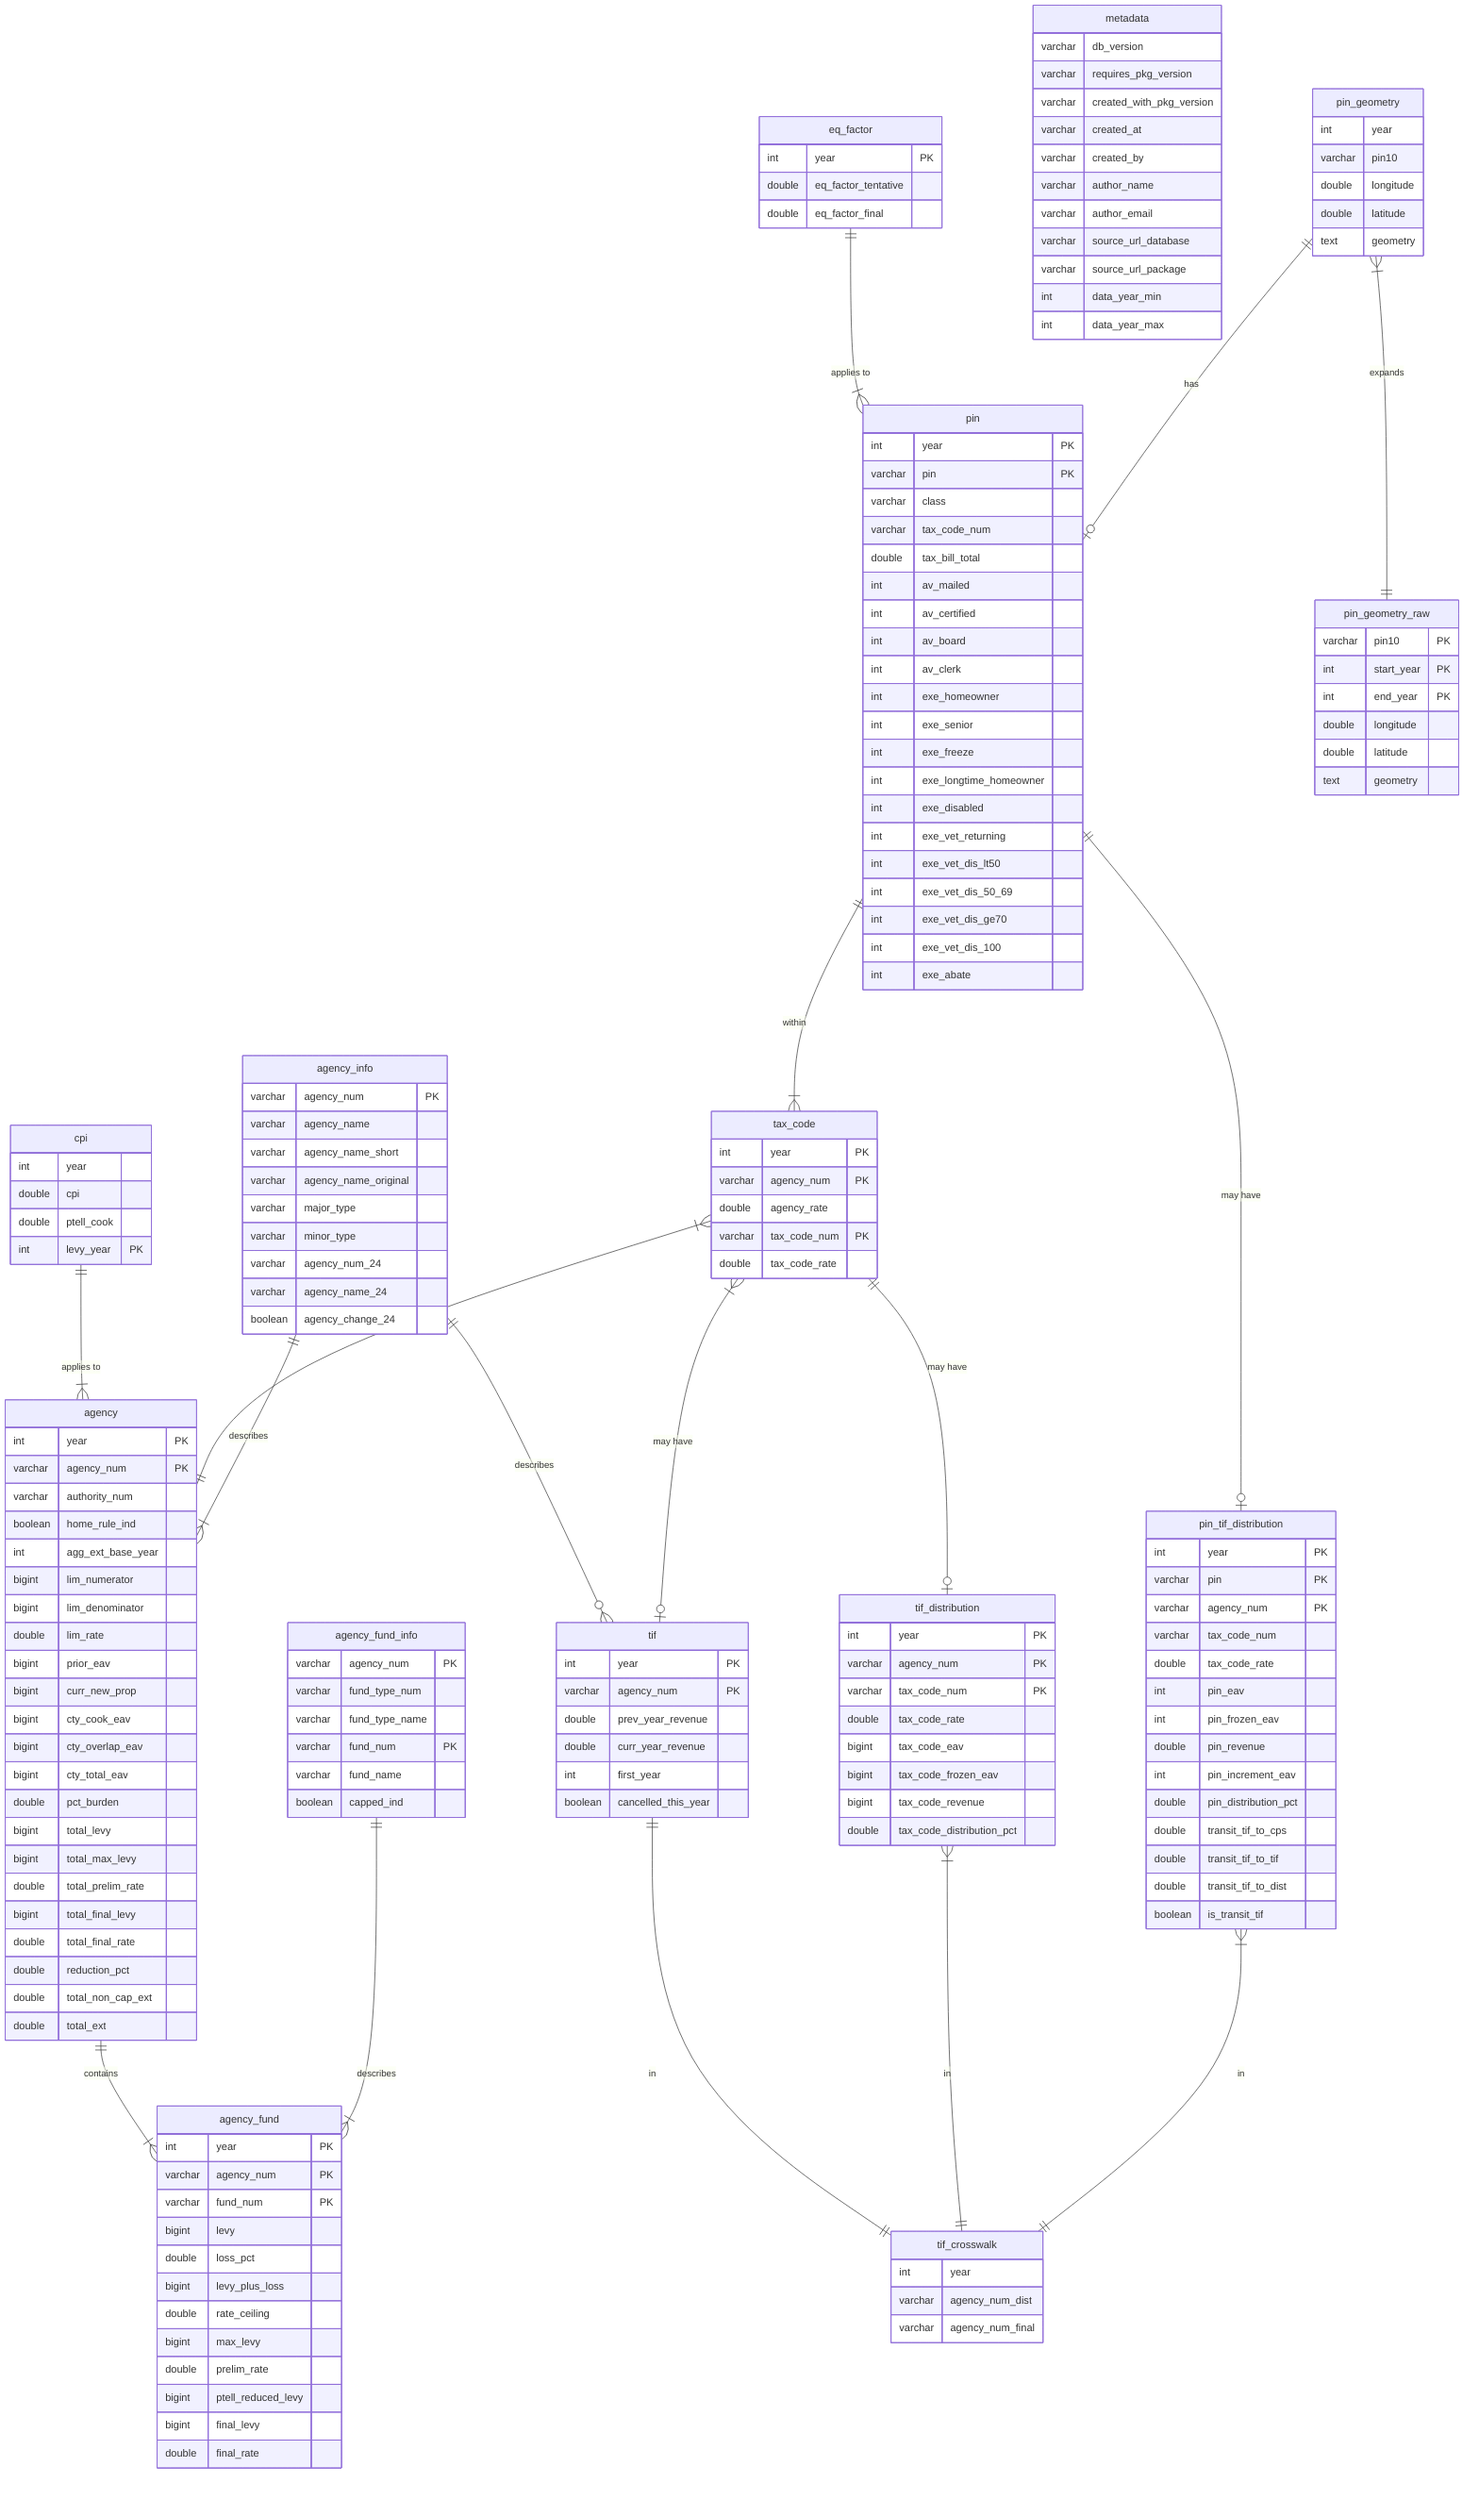
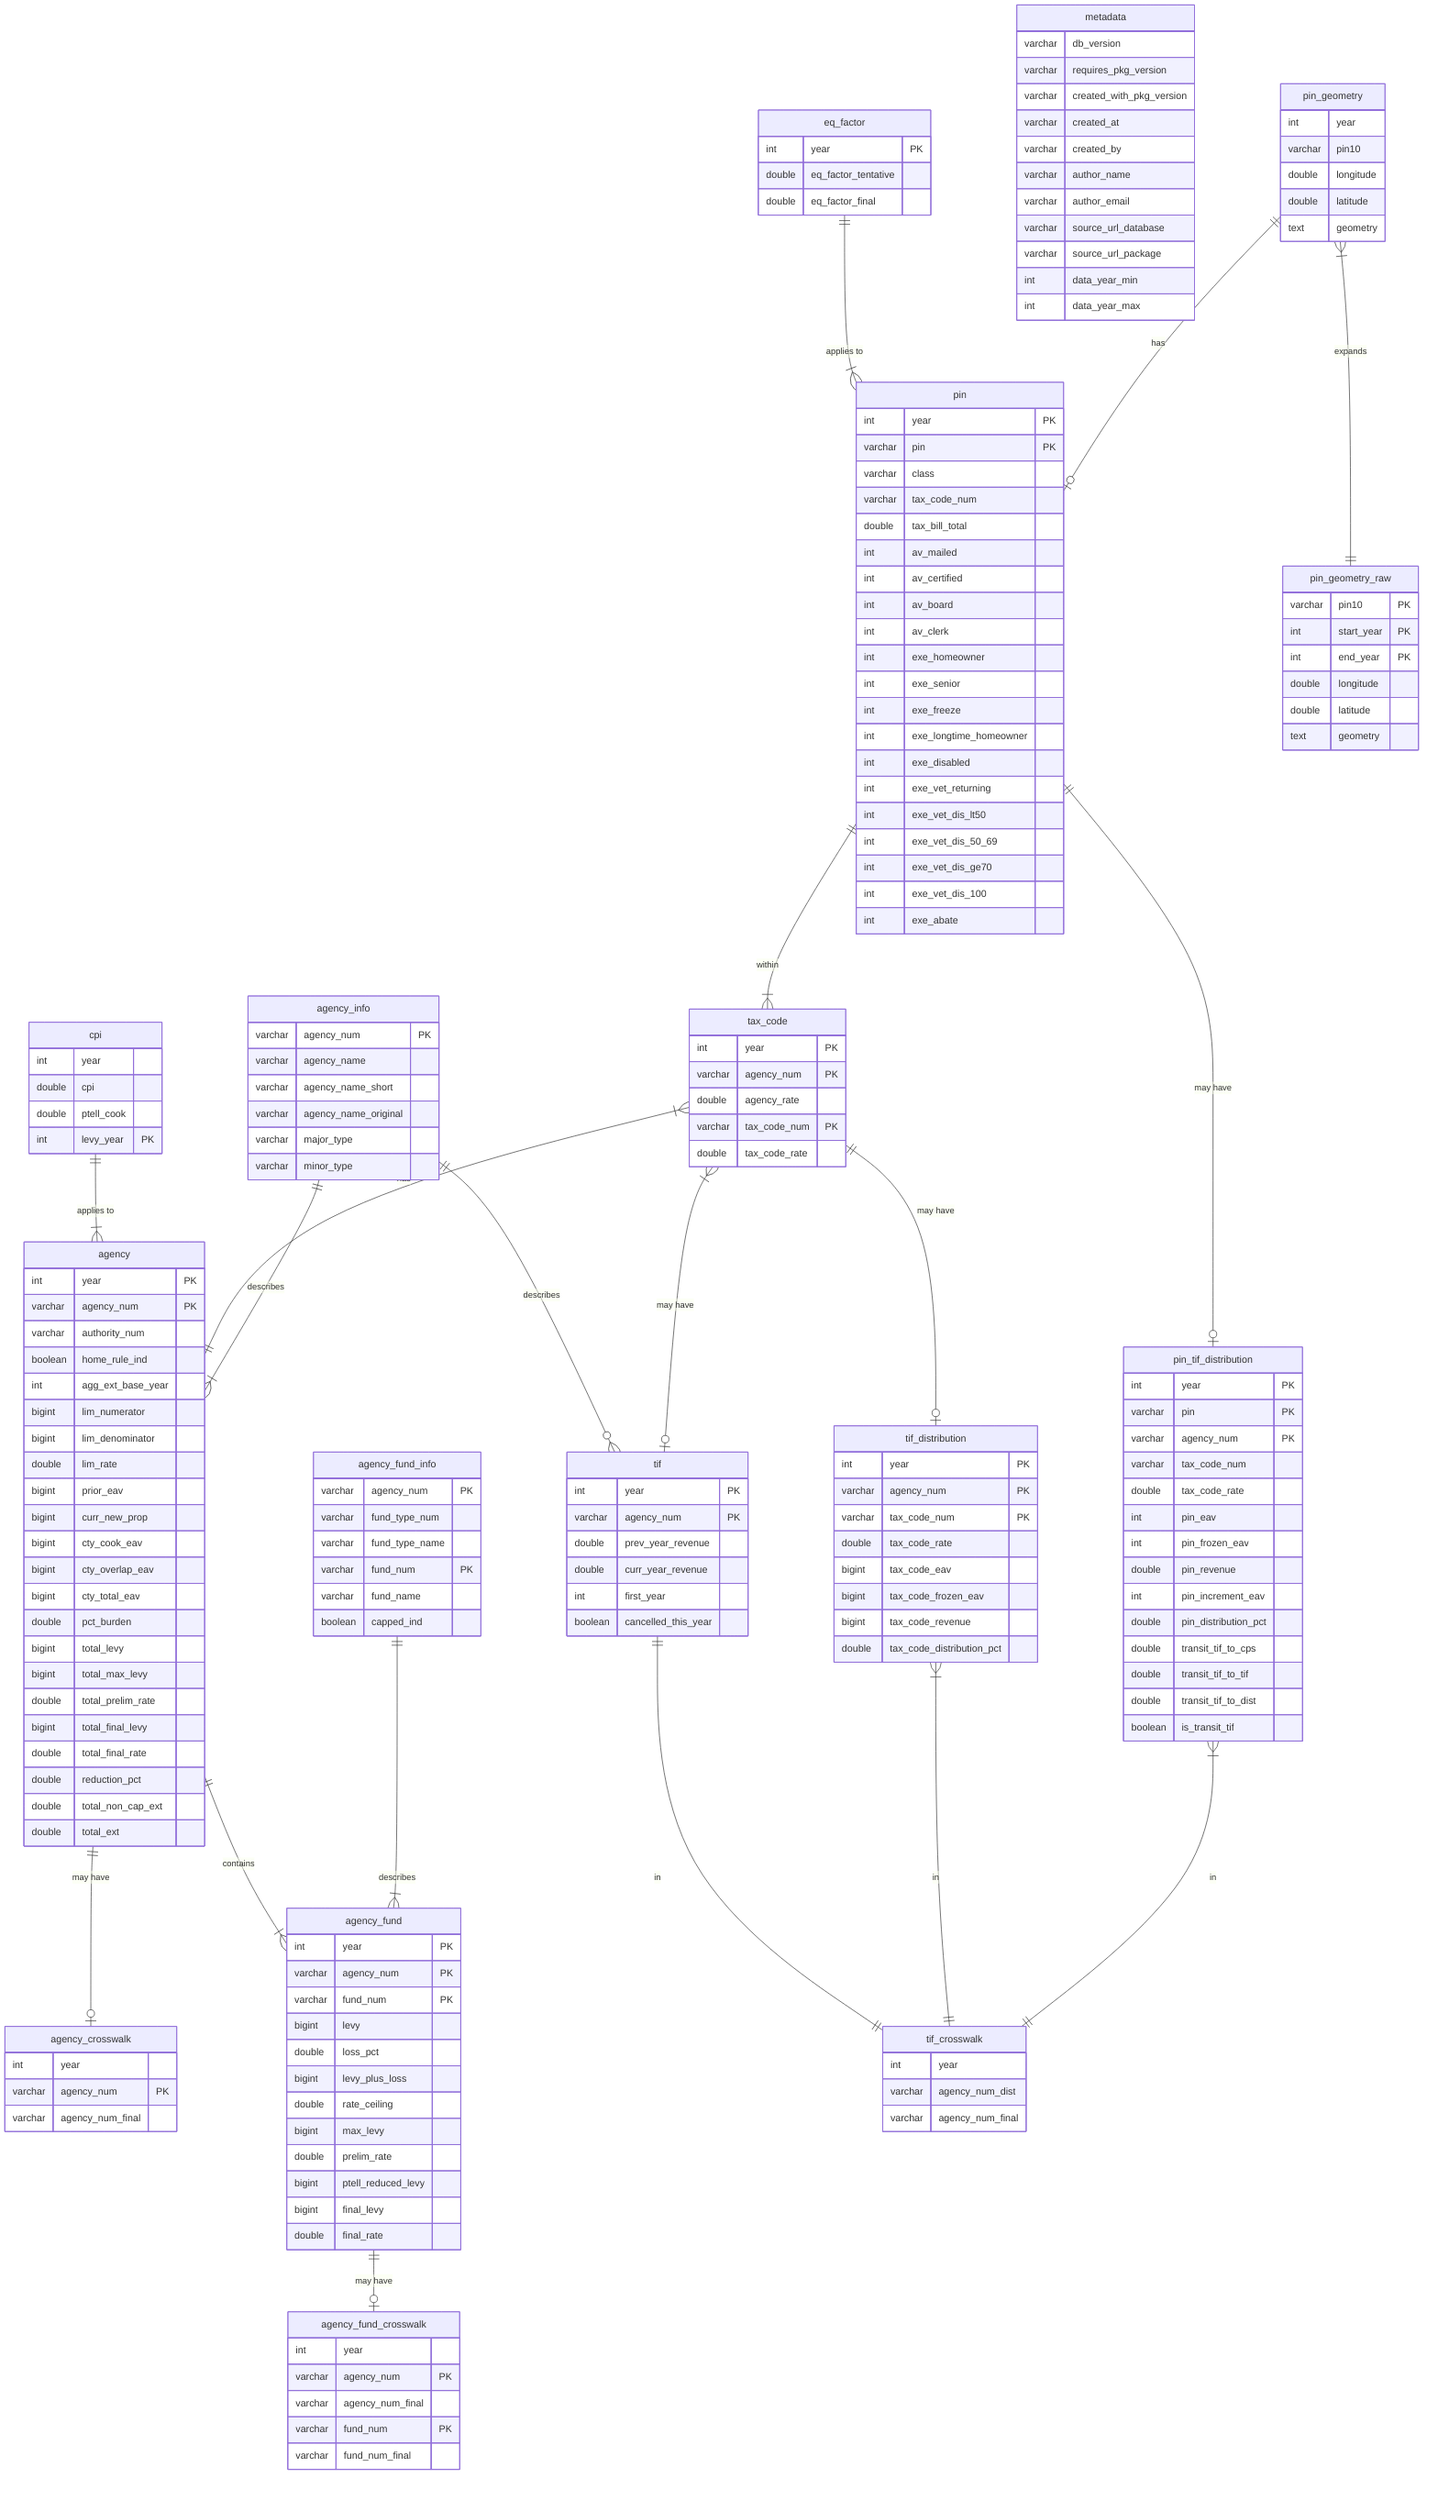
erDiagram

  agency {
    int     year              PK
    varchar agency_num        PK
    varchar authority_num
    boolean home_rule_ind
    int     agg_ext_base_year
    bigint  lim_numerator
    bigint  lim_denominator
    double  lim_rate
    bigint  prior_eav
    bigint  curr_new_prop
    bigint  cty_cook_eav
    bigint  cty_overlap_eav
    bigint  cty_total_eav
    double  pct_burden
    bigint  total_levy
    bigint  total_max_levy
    double  total_prelim_rate
    bigint  total_final_levy
    double  total_final_rate
    double  reduction_pct
    double  total_non_cap_ext
    double  total_ext
  }

  agency_info {
    varchar agency_num         PK
    varchar agency_name
    varchar agency_name_short
    varchar agency_name_original
    varchar major_type
    varchar minor_type
-     varchar agency_num_24
-     varchar agency_name_24
-     boolean agency_change_24
+   }
+ 
+   agency_crosswalk {
+     int     year
+     varchar agency_num         PK
+     varchar agency_num_final
  }

  agency_fund {
    int     year               PK
    varchar agency_num         PK
    varchar fund_num           PK
    bigint  levy
    double  loss_pct
    bigint  levy_plus_loss
    double  rate_ceiling
    bigint  max_levy
    double  prelim_rate
    bigint  ptell_reduced_levy
    bigint  final_levy
    double  final_rate
  }

  agency_fund_info {
    varchar agency_num         PK
    varchar fund_type_num
    varchar fund_type_name
    varchar fund_num           PK
    varchar fund_name
    boolean capped_ind
+   }
+ 
+   agency_fund_crosswalk {
+     int     year
+     varchar agency_num         PK
+     varchar agency_num_final
+     varchar fund_num           PK
+     varchar fund_num_final
  }

  cpi {
    int     year
    double  cpi
    double  ptell_cook
    int     levy_year          PK
  }

  eq_factor {
    int     year               PK
    double  eq_factor_tentative
    double  eq_factor_final
  }

  metadata {
    varchar db_version
    varchar requires_pkg_version
    varchar created_with_pkg_version
    varchar created_at
    varchar created_by
    varchar author_name
    varchar author_email
    varchar source_url_database
    varchar source_url_package
    int     data_year_min
    int     data_year_max
  }

  pin {
    int     year               PK
    varchar pin                PK
    varchar class
    varchar tax_code_num
    double  tax_bill_total
    int     av_mailed
    int     av_certified
    int     av_board
    int     av_clerk
    int     exe_homeowner
    int     exe_senior
    int     exe_freeze
    int     exe_longtime_homeowner
    int     exe_disabled
    int     exe_vet_returning
    int     exe_vet_dis_lt50
    int     exe_vet_dis_50_69
    int     exe_vet_dis_ge70
    int     exe_vet_dis_100
    int     exe_abate
  }

  pin_geometry {
    int     year
    varchar pin10
    double  longitude
    double  latitude
    text    geometry
  }

  pin_geometry_raw {
    varchar pin10              PK
    int     start_year         PK
    int     end_year           PK
    double  longitude
    double  latitude
    text    geometry
  }

  tax_code {
    int     year               PK
    varchar agency_num         PK
    double  agency_rate
    varchar tax_code_num       PK
    double  tax_code_rate
  }

  tif {
    int     year               PK
    varchar agency_num         PK
    double  prev_year_revenue
    double  curr_year_revenue
    int     first_year
    boolean cancelled_this_year
  }

  tif_crosswalk {
    int     year
    varchar agency_num_dist
    varchar agency_num_final
  }

  tif_distribution {
    int     year               PK
    varchar agency_num         PK
    varchar tax_code_num       PK
    double  tax_code_rate
    bigint  tax_code_eav
    bigint  tax_code_frozen_eav
    bigint  tax_code_revenue
    double  tax_code_distribution_pct
  }

  pin_tif_distribution {
    int     year               PK
    varchar pin                PK
    varchar agency_num         PK
    varchar tax_code_num
    double  tax_code_rate
    int     pin_eav
    int     pin_frozen_eav
    double  pin_revenue
    int     pin_increment_eav
    double  pin_distribution_pct
    double  transit_tif_to_cps
    double  transit_tif_to_tif
    double  transit_tif_to_dist
    boolean is_transit_tif
  }

  eq_factor ||--|{ pin : "applies to"
  pin ||--|{ tax_code : "within"
  pin ||--o| pin_tif_distribution : "may have"
  cpi ||--|{ agency : "applies to"
  tax_code }|--|| agency : "has"
  tax_code ||--o| tif_distribution : "may have"
  agency ||--|{ agency_fund : "contains"
+   agency ||--o| agency_crosswalk : "may have"
  agency_info ||--|{ agency : "describes"
+   agency_fund ||--o| agency_fund_crosswalk : "may have"
  agency_fund_info ||--|{ agency_fund : "describes"
  tif ||--|| tif_crosswalk : "in"
  tif_distribution }|--|| tif_crosswalk : "in"
  pin_tif_distribution }|--|| tif_crosswalk : "in"
  agency_info ||--o{ tif: "describes"
  tax_code }|--o| tif : "may have"
  pin_geometry ||--o| pin : "has"
  pin_geometry }|--|| pin_geometry_raw : "expands"
